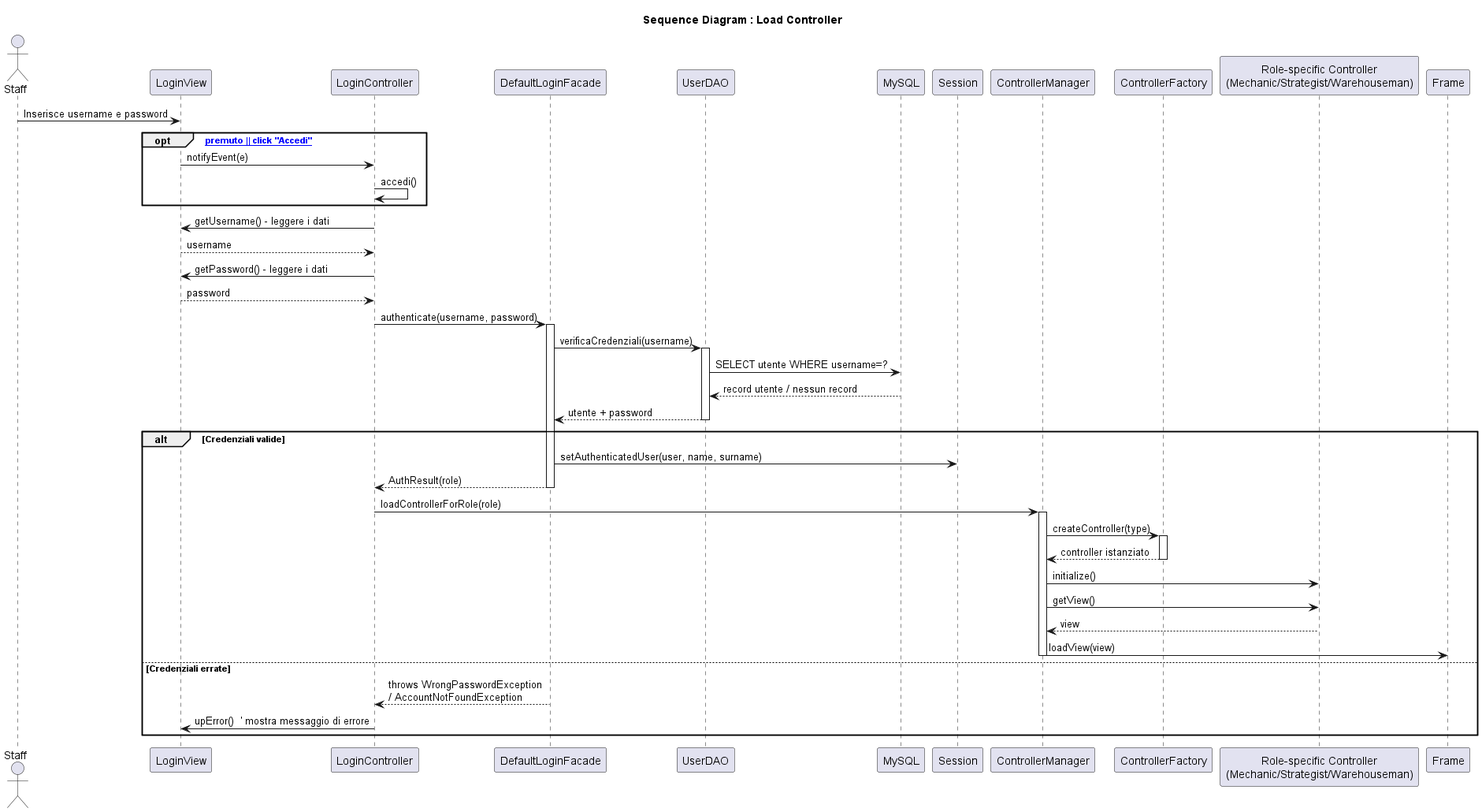
Before: project_document/SECTOR1-UML/SEQUENCE_DIAGRAM/SequenceDiagram_LoadController/SequenceDiagram_LoadController.png, a diagram exported from PlantUML (IngSW-unipv/Progetto-S24).
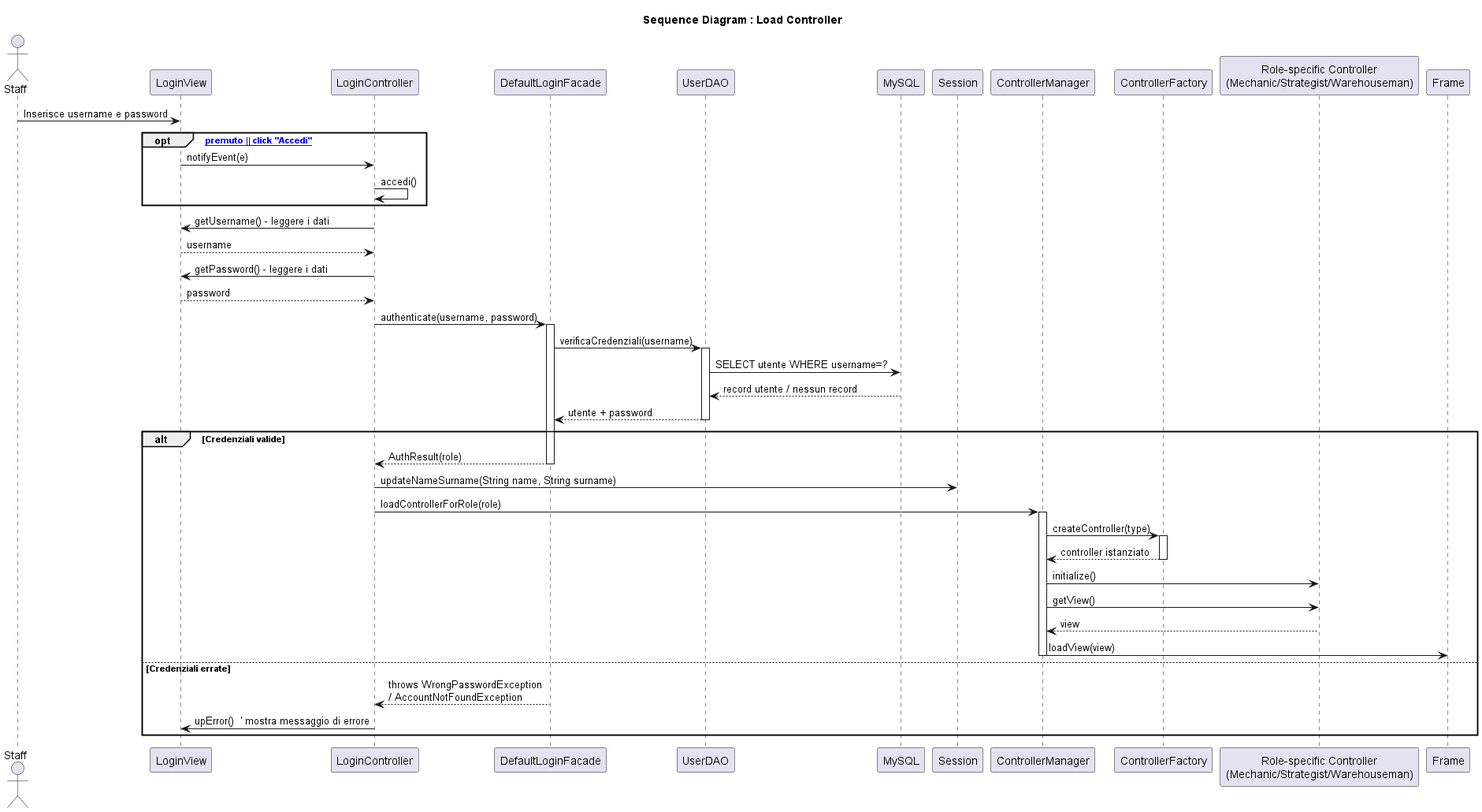
Later version of the same file.

Commit message:
Aggiornamento documentazione

What changed in the source:
```diff
@@ -35,9 +35,10 @@
 deactivate D
 
 alt Credenziali valide
-  F -> S : setAuthenticatedUser(user, name, surname)
   F --> C : AuthResult(role)
   deactivate F
+
+  C -> S : updateNameSurname(String name, String surname)
 
   C -> M : loadControllerForRole(role)
   activate M
```
